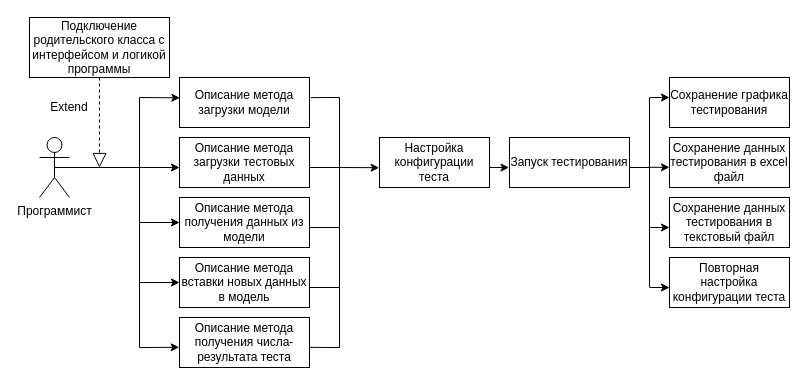
This is Pictures (Diagrams, Charts, Flowcharts)/Usage diagramm.drawio from KanVull/Diplom, a draw.io file, before an edit. Source tidied: cells renumbered, new cells numbered last; positions are measured from the earlier drawing's top-left corner, leaving out a move shared by most shapes. Both pictures are drawn from the tidied source at 100%, with x=0, y=0 at pixel (29, 17).
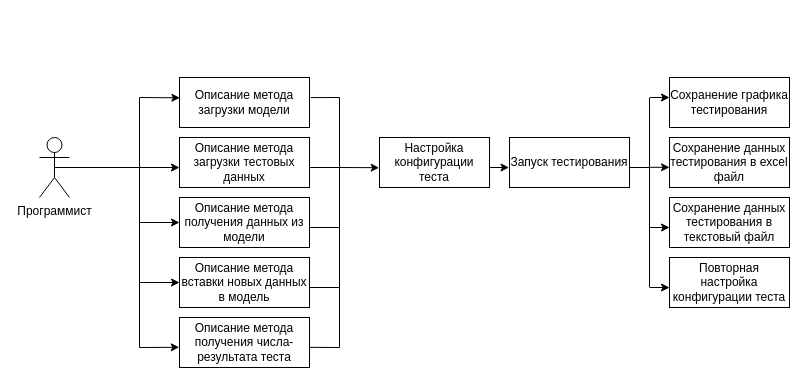
After the change.

What changed in the source:
```diff
@@
-    <mxCell id="14" value="Подключение родительского класса с интерфейсом и логикой программы" style="rounded=0;whiteSpace=wrap;html=1;" parent="1" vertex="1">
-      <mxGeometry width="140" height="60" as="geometry" />
-    </mxCell>
-    <mxCell id="15" style="endArrow=block;dashed=1;endFill=0;endSize=12;html=1;exitX=0.5;exitY=1;exitDx=0;exitDy=0;" parent="1" edge="1" source="14">
-      <mxGeometry relative="1" as="geometry">
-        <mxPoint x="70" y="150" as="targetPoint" />
-      </mxGeometry>
-    </mxCell>
@@
-    <mxCell id="26" value="Extend" style="text;html=1;strokeColor=none;fillColor=none;align=center;verticalAlign=middle;whiteSpace=wrap;rounded=0;" parent="1" vertex="1">
-      <mxGeometry x="20" y="80" width="40" height="20" as="geometry" />
-    </mxCell>
```
